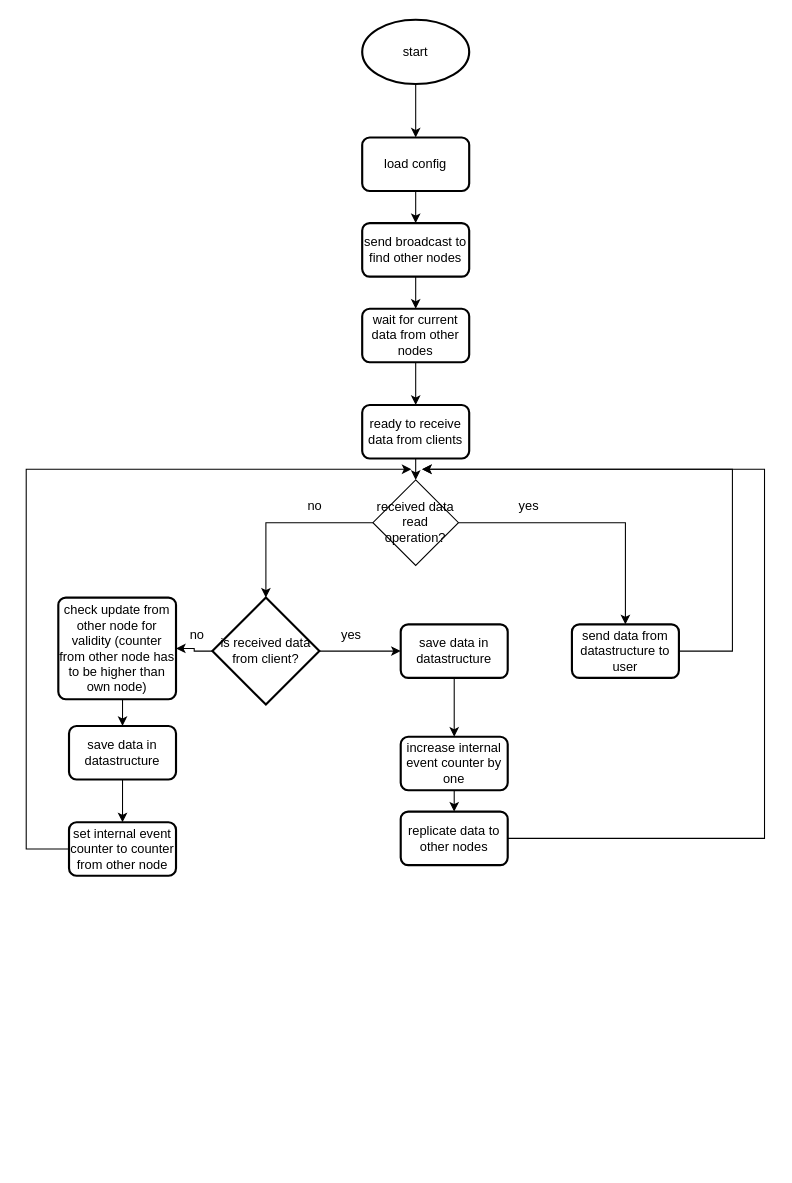
Earlier version of the draw.io diagram software_ablaufdiagramm.drawio (TobiasPachta/TESV_projekt). Source tidied: cells renumbered, new cells numbered last; positions are measured from the earlier drawing's top-left corner, leaving out a move shared by most shapes. Both pictures are drawn from the tidied source at 107%, with x=0, y=0 at pixel (26, 19).
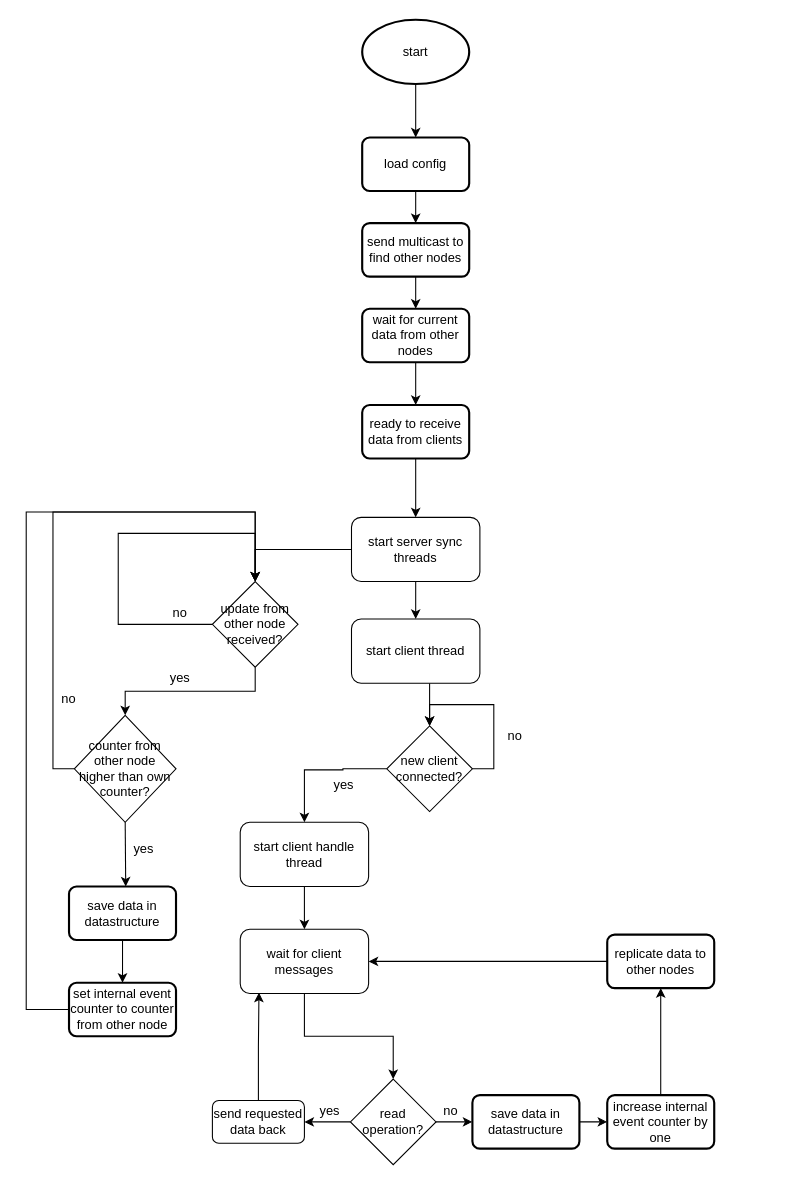
The same page after the edit.

Unchanged cells that the change refers to:
```xml
<mxCell id="11" value="ready to receive data from clients" style="rounded=1;whiteSpace=wrap;html=1;absoluteArcSize=1;arcSize=14;strokeWidth=2;" parent="1" vertex="1">
  <mxGeometry x="314" y="360" width="100" height="50" as="geometry" />
</mxCell>
```

Diff of the diagram source:
```diff
@@
-    <mxCell id="7" value="send broadcast to find other nodes" style="rounded=1;whiteSpace=wrap;html=1;absoluteArcSize=1;arcSize=14;strokeWidth=2;" parent="1" vertex="1">
+    <mxCell id="7" value="send multicast to find other nodes" style="rounded=1;whiteSpace=wrap;html=1;absoluteArcSize=1;arcSize=14;strokeWidth=2;" parent="1" vertex="1">
       <mxGeometry x="314" y="190" width="100" height="50" as="geometry" />
     </mxCell>
@@
-    <mxCell id="10" style="edgeStyle=elbowEdgeStyle;rounded=0;jettySize=auto;html=1;" parent="1" edge="1" source="11" target="31">
+    <mxCell id="10" style="edgeStyle=elbowEdgeStyle;rounded=0;jettySize=auto;html=1;" parent="1" edge="1" source="45" target="48">
       <mxGeometry relative="1" as="geometry" />
     </mxCell>
@@
-    <mxCell id="12" style="edgeStyle=orthogonalEdgeStyle;rounded=0;jettySize=auto;html=1;entryX=0;entryY=0.5;entryDx=0;entryDy=0;" parent="1" edge="1" source="14" target="16">
-      <mxGeometry relative="1" as="geometry" />
-    </mxCell>
-    <mxCell id="13" style="edgeStyle=elbowEdgeStyle;rounded=0;jettySize=auto;html=1;entryX=1;entryY=0.5;entryDx=0;entryDy=0;" parent="1" edge="1" source="14" target="22">
-      <mxGeometry relative="1" as="geometry" />
-    </mxCell>
-    <mxCell id="14" value="is received data from client?" style="strokeWidth=2;html=1;shape=mxgraph.flowchart.decision;whiteSpace=wrap;" parent="1" vertex="1">
-      <mxGeometry x="174" y="540" width="100" height="100" as="geometry" />
-    </mxCell>
@@
     <mxCell id="16" value="save data in datastructure" style="rounded=1;whiteSpace=wrap;html=1;absoluteArcSize=1;arcSize=14;strokeWidth=2;" parent="1" vertex="1">
-      <mxGeometry x="350" y="565" width="100" height="50" as="geometry" />
+      <mxGeometry x="417" y="1005" width="100" height="50" as="geometry" />
     </mxCell>
-    <mxCell id="17" style="edgeStyle=elbowEdgeStyle;rounded=0;jettySize=auto;html=1;exitX=1;exitY=0.5;exitDx=0;exitDy=0;" parent="1" edge="1" source="28">
-      <mxGeometry relative="1" as="geometry">
-        <mxPoint x="370" y="420" as="targetPoint" />
-        <Array as="points">
-          <mxPoint x="690" y="600" />
-          <mxPoint x="490" y="510" />
-        </Array>
-      </mxGeometry>
-    </mxCell>
@@
     <mxCell id="19" value="increase internal event counter by one" style="rounded=1;whiteSpace=wrap;html=1;absoluteArcSize=1;arcSize=14;strokeWidth=2;" parent="1" vertex="1">
-      <mxGeometry x="350" y="670" width="100" height="50" as="geometry" />
+      <mxGeometry x="543" y="1005" width="100" height="50" as="geometry" />
     </mxCell>
     <mxCell id="20" value="yes" style="text;html=1;strokeColor=none;fillColor=none;align=center;verticalAlign=middle;whiteSpace=wrap;rounded=0;" parent="1" vertex="1">
-      <mxGeometry x="274" y="560" width="60" height="30" as="geometry" />
+      <mxGeometry x="114" y="600" width="60" height="30" as="geometry" />
     </mxCell>
-    <mxCell id="21" style="edgeStyle=elbowEdgeStyle;rounded=0;jettySize=auto;html=1;" parent="1" edge="1" source="22" target="25">
+    <mxCell id="21" style="edgeStyle=elbowEdgeStyle;rounded=0;jettySize=auto;html=1;exitX=0.5;exitY=1;exitDx=0;exitDy=0;" parent="1" edge="1" source="52" target="25">
       <mxGeometry relative="1" as="geometry" />
     </mxCell>
-    <mxCell id="22" value="check update from other node for validity (counter from other node has to be higher than own node)" style="rounded=1;whiteSpace=wrap;html=1;absoluteArcSize=1;arcSize=14;strokeWidth=2;" parent="1" vertex="1">
-      <mxGeometry x="30" y="540" width="110" height="95" as="geometry" />
-    </mxCell>
-    <mxCell id="23" style="edgeStyle=elbowEdgeStyle;rounded=0;jettySize=auto;html=1;exitX=0;exitY=0.5;exitDx=0;exitDy=0;" parent="1" edge="1" source="27">
-      <mxGeometry relative="1" as="geometry">
-        <mxPoint x="360" y="420" as="targetPoint" />
-        <Array as="points">
-          <mxPoint y="510" />
-        </Array>
-      </mxGeometry>
-    </mxCell>
@@
     <mxCell id="25" value="save data in datastructure" style="rounded=1;whiteSpace=wrap;html=1;absoluteArcSize=1;arcSize=14;strokeWidth=2;" parent="1" vertex="1">
-      <mxGeometry x="40" y="660" width="100" height="50" as="geometry" />
+      <mxGeometry x="40" y="810" width="100" height="50" as="geometry" />
     </mxCell>
-    <mxCell id="26" value="no" style="text;html=1;strokeColor=none;fillColor=none;align=center;verticalAlign=middle;whiteSpace=wrap;rounded=0;" parent="1" vertex="1">
-      <mxGeometry x="130" y="560" width="60" height="30" as="geometry" />
-    </mxCell>
+    <mxCell id="36" style="edgeStyle=orthogonalEdgeStyle;rounded=0;jettySize=auto;html=1;exitX=0;exitY=0.5;exitDx=0;exitDy=0;" parent="1" edge="1" source="27" target="43">
+      <mxGeometry relative="1" as="geometry">
+        <Array as="points">
+          <mxPoint y="925" />
+          <mxPoint y="460" />
+          <mxPoint x="214" y="460" />
+        </Array>
+      </mxGeometry>
+    </mxCell>
     <mxCell id="27" value="set internal event counter to counter from other node" style="rounded=1;whiteSpace=wrap;html=1;absoluteArcSize=1;arcSize=14;strokeWidth=2;" parent="1" vertex="1">
-      <mxGeometry x="40" y="750" width="100" height="50" as="geometry" />
+      <mxGeometry x="40" y="900" width="100" height="50" as="geometry" />
     </mxCell>
+    <mxCell id="37" style="edgeStyle=orthogonalEdgeStyle;rounded=0;jettySize=auto;html=1;exitX=0;exitY=0.5;exitDx=0;exitDy=0;entryX=1;entryY=0.5;entryDx=0;entryDy=0;" parent="1" edge="1" source="28" target="66">
+      <mxGeometry relative="1" as="geometry" />
+    </mxCell>
     <mxCell id="28" value="replicate data to other nodes" style="rounded=1;whiteSpace=wrap;html=1;absoluteArcSize=1;arcSize=14;strokeWidth=2;" parent="1" vertex="1">
-      <mxGeometry x="350" y="740" width="100" height="50" as="geometry" />
+      <mxGeometry x="543" y="855" width="100" height="50" as="geometry" />
     </mxCell>
-    <mxCell id="29" style="edgeStyle=elbowEdgeStyle;rounded=0;jettySize=auto;html=1;entryX=0.5;entryY=0;entryDx=0;entryDy=0;entryPerimeter=0;" parent="1" edge="1" source="31" target="14">
-      <mxGeometry relative="1" as="geometry">
-        <Array as="points">
-          <mxPoint x="224" y="470" />
-        </Array>
-      </mxGeometry>
-    </mxCell>
-    <mxCell id="30" style="edgeStyle=elbowEdgeStyle;rounded=0;jettySize=auto;html=1;entryX=0.5;entryY=0;entryDx=0;entryDy=0;exitX=1;exitY=0.5;exitDx=0;exitDy=0;" parent="1" edge="1" source="31" target="34">
-      <mxGeometry relative="1" as="geometry">
-        <Array as="points">
-          <mxPoint x="560" y="510" />
-        </Array>
-      </mxGeometry>
-    </mxCell>
-    <mxCell id="31" value="received data read operation?" style="rhombus;whiteSpace=wrap;html=1;" parent="1" vertex="1">
-      <mxGeometry x="324" y="430" width="80" height="80" as="geometry" />
-    </mxCell>
-    <mxCell id="32" value="no" style="text;html=1;strokeColor=none;fillColor=none;align=center;verticalAlign=middle;whiteSpace=wrap;rounded=0;" parent="1" vertex="1">
-      <mxGeometry x="240" y="440" width="60" height="30" as="geometry" />
-    </mxCell>
-    <mxCell id="33" style="edgeStyle=elbowEdgeStyle;rounded=0;jettySize=auto;html=1;" parent="1" edge="1" source="34">
-      <mxGeometry relative="1" as="geometry">
-        <mxPoint x="370" y="420" as="targetPoint" />
-        <Array as="points">
-          <mxPoint x="660" y="510" />
-        </Array>
-      </mxGeometry>
-    </mxCell>
-    <mxCell id="34" value="send data from datastructure to user" style="rounded=1;whiteSpace=wrap;html=1;absoluteArcSize=1;arcSize=14;strokeWidth=2;" parent="1" vertex="1">
-      <mxGeometry x="510" y="565" width="100" height="50" as="geometry" />
-    </mxCell>
-    <mxCell id="35" value="yes" style="text;html=1;strokeColor=none;fillColor=none;align=center;verticalAlign=middle;whiteSpace=wrap;rounded=0;" parent="1" vertex="1">
-      <mxGeometry x="440" y="440" width="60" height="30" as="geometry" />
-    </mxCell>
+    <mxCell id="38" style="edgeStyle=elbowEdgeStyle;rounded=0;jettySize=auto;html=1;" parent="1" edge="1" source="11" target="40">
+      <mxGeometry relative="1" as="geometry" />
+    </mxCell>
+    <mxCell id="39" style="edgeStyle=orthogonalEdgeStyle;rounded=0;jettySize=auto;html=1;exitX=0;exitY=0.5;exitDx=0;exitDy=0;entryX=0.5;entryY=0;entryDx=0;entryDy=0;" parent="1" edge="1" source="40" target="43">
+      <mxGeometry relative="1" as="geometry" />
+    </mxCell>
+    <mxCell id="40" value="start server sync threads" style="rounded=1;whiteSpace=wrap;html=1;" parent="1" vertex="1">
+      <mxGeometry x="304" y="465" width="120" height="60" as="geometry" />
+    </mxCell>
+    <mxCell id="41" style="edgeStyle=orthogonalEdgeStyle;rounded=0;orthogonalLoop=1;jettySize=auto;html=1;exitX=0;exitY=0.5;exitDx=0;exitDy=0;entryX=0.5;entryY=0;entryDx=0;entryDy=0;" parent="1" edge="1" source="43" target="43">
+      <mxGeometry relative="1" as="geometry">
+        <Array as="points">
+          <mxPoint x="86" y="565" />
+          <mxPoint x="86" y="480" />
+          <mxPoint x="214" y="480" />
+        </Array>
+      </mxGeometry>
+    </mxCell>
+    <mxCell id="42" style="edgeStyle=orthogonalEdgeStyle;rounded=0;jettySize=auto;html=1;exitX=0.5;exitY=1;exitDx=0;exitDy=0;" parent="1" edge="1" source="43" target="52">
+      <mxGeometry relative="1" as="geometry" />
+    </mxCell>
+    <mxCell id="43" value="update from other node received?" style="rhombus;whiteSpace=wrap;html=1;" parent="1" vertex="1">
+      <mxGeometry x="174" y="525" width="80" height="80" as="geometry" />
+    </mxCell>
+    <mxCell id="44" style="edgeStyle=elbowEdgeStyle;rounded=0;jettySize=auto;html=1;" parent="1" edge="1" source="40" target="45">
+      <mxGeometry relative="1" as="geometry" />
+    </mxCell>
+    <mxCell id="45" value="start client thread" style="rounded=1;whiteSpace=wrap;html=1;" parent="1" vertex="1">
+      <mxGeometry x="304" y="560" width="120" height="60" as="geometry" />
+    </mxCell>
+    <mxCell id="46" style="edgeStyle=orthogonalEdgeStyle;rounded=0;orthogonalLoop=1;jettySize=auto;html=1;exitX=1;exitY=0.5;exitDx=0;exitDy=0;entryX=0.5;entryY=0;entryDx=0;entryDy=0;" parent="1" edge="1" source="48" target="48">
+      <mxGeometry relative="1" as="geometry">
+        <Array as="points">
+          <mxPoint x="437" y="700" />
+          <mxPoint x="437" y="640" />
+          <mxPoint x="377" y="640" />
+        </Array>
+      </mxGeometry>
+    </mxCell>
+    <mxCell id="47" style="edgeStyle=orthogonalEdgeStyle;rounded=0;jettySize=auto;html=1;exitX=0;exitY=0.5;exitDx=0;exitDy=0;entryX=0.5;entryY=0;entryDx=0;entryDy=0;" parent="1" edge="1" source="48" target="50">
+      <mxGeometry relative="1" as="geometry">
+        <Array as="points">
+          <mxPoint x="296" y="700" />
+          <mxPoint x="260" y="701" />
+        </Array>
+      </mxGeometry>
+    </mxCell>
+    <mxCell id="48" value="new client connected?" style="rhombus;whiteSpace=wrap;html=1;" parent="1" vertex="1">
+      <mxGeometry x="337" y="660" width="80" height="80" as="geometry" />
+    </mxCell>
+    <mxCell id="49" style="edgeStyle=orthogonalEdgeStyle;rounded=0;jettySize=auto;html=1;exitX=0.5;exitY=1;exitDx=0;exitDy=0;" parent="1" edge="1" source="50" target="66">
+      <mxGeometry relative="1" as="geometry" />
+    </mxCell>
+    <mxCell id="50" value="start client handle thread" style="rounded=1;whiteSpace=wrap;html=1;" parent="1" vertex="1">
+      <mxGeometry x="200" y="750" width="120" height="60" as="geometry" />
+    </mxCell>
+    <mxCell id="51" style="edgeStyle=orthogonalEdgeStyle;rounded=0;jettySize=auto;html=1;exitX=0;exitY=0.5;exitDx=0;exitDy=0;entryX=0.5;entryY=0;entryDx=0;entryDy=0;" parent="1" edge="1" source="52" target="43">
+      <mxGeometry relative="1" as="geometry">
+        <Array as="points">
+          <mxPoint x="25" y="700" />
+          <mxPoint x="25" y="460" />
+          <mxPoint x="214" y="460" />
+        </Array>
+      </mxGeometry>
+    </mxCell>
+    <mxCell id="52" value="counter from other node higher than own counter?" style="rhombus;whiteSpace=wrap;html=1;" parent="1" vertex="1">
+      <mxGeometry x="45" y="650" width="95" height="100" as="geometry" />
+    </mxCell>
+    <mxCell id="53" value="yes" style="text;html=1;strokeColor=none;fillColor=none;align=center;verticalAlign=middle;whiteSpace=wrap;rounded=0;" parent="1" vertex="1">
+      <mxGeometry x="80" y="760" width="60" height="30" as="geometry" />
+    </mxCell>
+    <mxCell id="54" value="no" style="text;html=1;strokeColor=none;fillColor=none;align=center;verticalAlign=middle;whiteSpace=wrap;rounded=0;" parent="1" vertex="1">
+      <mxGeometry x="114" y="540" width="60" height="30" as="geometry" />
+    </mxCell>
+    <mxCell id="55" value="no" style="text;html=1;strokeColor=none;fillColor=none;align=center;verticalAlign=middle;whiteSpace=wrap;rounded=0;" parent="1" vertex="1">
+      <mxGeometry x="10" y="620" width="60" height="30" as="geometry" />
+    </mxCell>
+    <mxCell id="56" value="no" style="text;html=1;strokeColor=none;fillColor=none;align=center;verticalAlign=middle;whiteSpace=wrap;rounded=0;" parent="1" vertex="1">
+      <mxGeometry x="427" y="655" width="60" height="30" as="geometry" />
+    </mxCell>
+    <mxCell id="57" value="yes" style="text;html=1;strokeColor=none;fillColor=none;align=center;verticalAlign=middle;whiteSpace=wrap;rounded=0;" parent="1" vertex="1">
+      <mxGeometry x="267" y="700" width="60" height="30" as="geometry" />
+    </mxCell>
+    <mxCell id="58" style="edgeStyle=orthogonalEdgeStyle;rounded=0;jettySize=auto;html=1;" parent="1" edge="1" source="60" target="16">
+      <mxGeometry relative="1" as="geometry" />
+    </mxCell>
+    <mxCell id="59" style="edgeStyle=orthogonalEdgeStyle;rounded=0;jettySize=auto;html=1;entryX=1;entryY=0.5;entryDx=0;entryDy=0;" parent="1" edge="1" source="60" target="64">
+      <mxGeometry relative="1" as="geometry" />
+    </mxCell>
+    <mxCell id="60" value="read operation?" style="rhombus;whiteSpace=wrap;html=1;" parent="1" vertex="1">
+      <mxGeometry x="303" y="990" width="80" height="80" as="geometry" />
+    </mxCell>
+    <mxCell id="61" value="yes" style="text;html=1;strokeColor=none;fillColor=none;align=center;verticalAlign=middle;whiteSpace=wrap;rounded=0;" parent="1" vertex="1">
+      <mxGeometry x="254" y="1005" width="60" height="30" as="geometry" />
+    </mxCell>
+    <mxCell id="62" value="no" style="text;html=1;strokeColor=none;fillColor=none;align=center;verticalAlign=middle;whiteSpace=wrap;rounded=0;" parent="1" vertex="1">
+      <mxGeometry x="367" y="1005" width="60" height="30" as="geometry" />
+    </mxCell>
+    <mxCell id="63" style="edgeStyle=orthogonalEdgeStyle;rounded=0;jettySize=auto;html=1;exitX=0.5;exitY=0;exitDx=0;exitDy=0;entryX=0.146;entryY=0.987;entryDx=0;entryDy=0;entryPerimeter=0;" parent="1" edge="1" source="64" target="66">
+      <mxGeometry relative="1" as="geometry" />
+    </mxCell>
+    <mxCell id="64" value="send requested data back" style="rounded=1;whiteSpace=wrap;html=1;" parent="1" vertex="1">
+      <mxGeometry x="174" y="1010" width="86" height="40" as="geometry" />
+    </mxCell>
+    <mxCell id="65" style="edgeStyle=orthogonalEdgeStyle;rounded=0;jettySize=auto;html=1;" parent="1" edge="1" source="66" target="60">
+      <mxGeometry relative="1" as="geometry" />
+    </mxCell>
+    <mxCell id="66" value="wait for client messages" style="rounded=1;whiteSpace=wrap;html=1;" parent="1" vertex="1">
+      <mxGeometry x="200" y="850" width="120" height="60" as="geometry" />
+    </mxCell>
```
